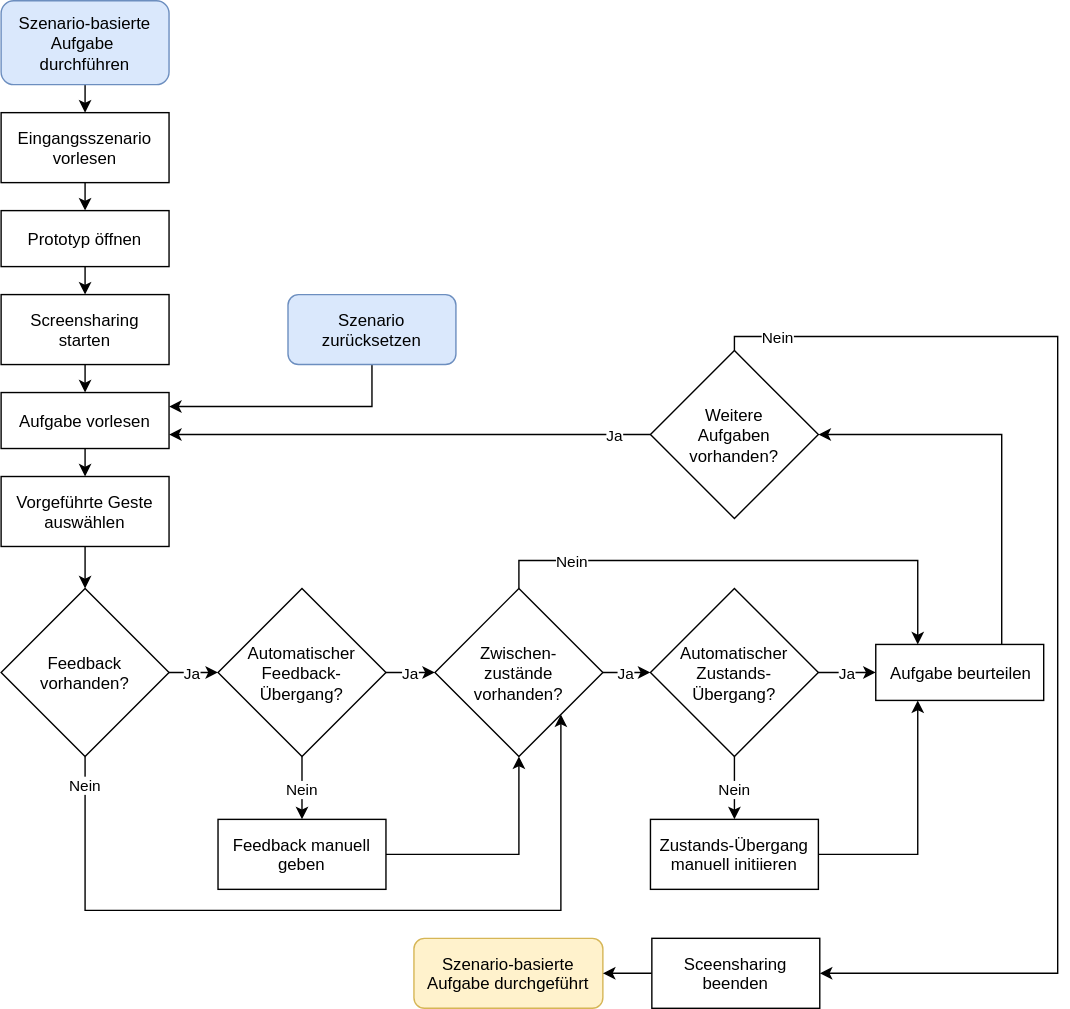
Earlier version of the draw.io export img/de/introduction/study-preview/scenario.svg (danielkuenkel/gesturenote). Source tidied: cells renumbered, new cells last; positions are measured from the earlier drawing's top-left corner, leaving out a move shared by most shapes.
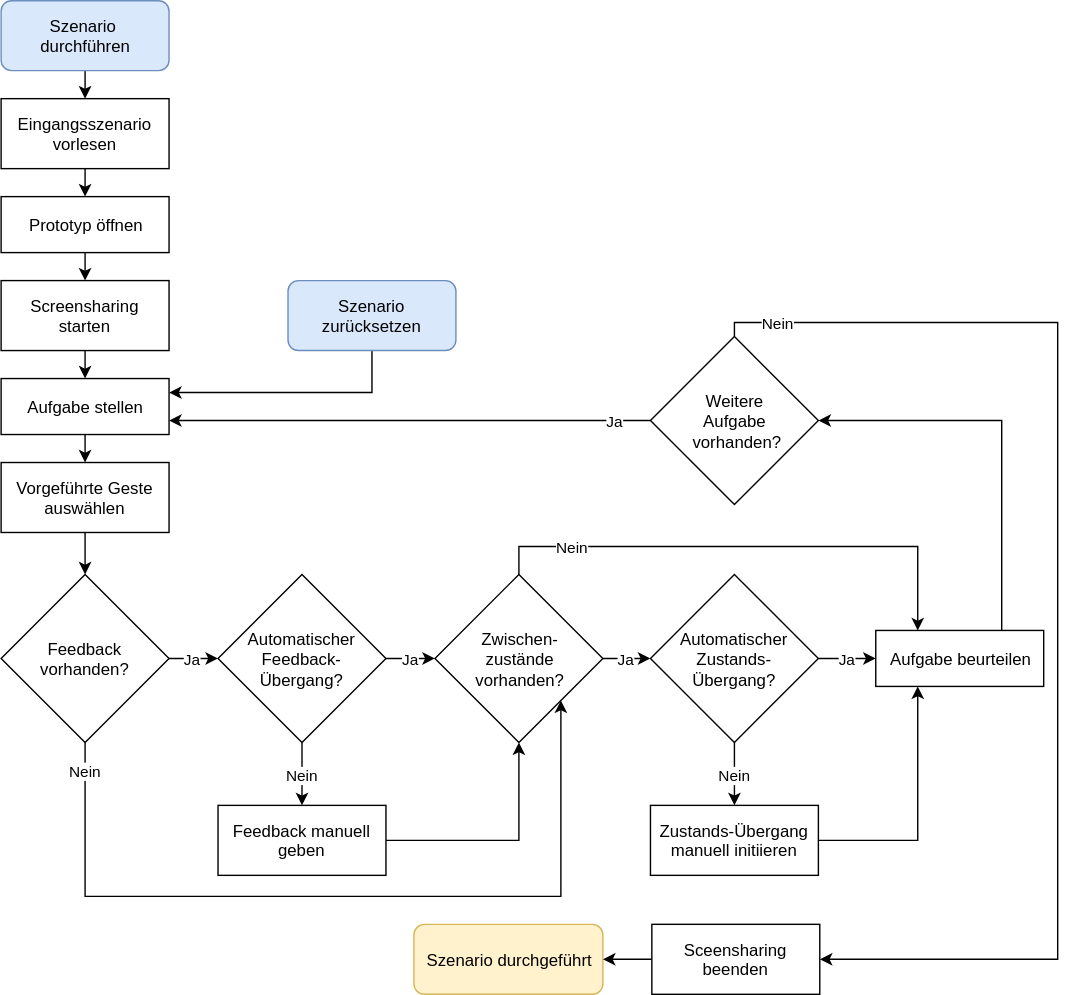
The same diagram one commit later.

What changed in the source:
```diff
@@ -5,8 +5,8 @@
     <mxCell id="2" style="edgeStyle=orthogonalEdgeStyle;rounded=0;comic=0;html=1;exitX=0.5;exitY=1;entryX=0.5;entryY=0;shadow=0;jettySize=auto;" parent="1" edge="1" source="3" target="5">
       <mxGeometry relative="1" as="geometry" />
     </mxCell>
-    <mxCell id="3" value="Szenario-basierte Aufgabe&amp;nbsp;&lt;div&gt;durchführen&lt;/div&gt;" style="rounded=1;whiteSpace=wrap;html=1;fillColor=#dae8fc;strokeColor=#6c8ebf;" parent="1" vertex="1">
-      <mxGeometry width="120" height="60" as="geometry" />
+    <mxCell id="3" value="Szenario&amp;nbsp;&lt;div&gt;durchführen&lt;/div&gt;" style="rounded=1;whiteSpace=wrap;html=1;fillColor=#dae8fc;strokeColor=#6c8ebf;" parent="1" vertex="1">
+      <mxGeometry y="10" width="120" height="50" as="geometry" />
     </mxCell>
     <mxCell id="4" style="edgeStyle=orthogonalEdgeStyle;rounded=0;comic=0;html=1;exitX=0.5;exitY=1;entryX=0.5;entryY=0;shadow=0;jettySize=auto;" parent="1" edge="1" source="5" target="7">
       <mxGeometry relative="1" as="geometry" />
@@ -20,7 +20,7 @@
     <mxCell id="7" value="Prototyp öffnen" style="rounded=0;whiteSpace=wrap;html=1;" parent="1" vertex="1">
       <mxGeometry y="150" width="120" height="40" as="geometry" />
     </mxCell>
-    <mxCell id="8" value="Szenario-basierte Aufgabe durchgeführt" style="rounded=1;whiteSpace=wrap;html=1;fillColor=#fff2cc;strokeColor=#d6b656;" parent="1" vertex="1">
+    <mxCell id="8" value="Szenario durchgeführt" style="rounded=1;whiteSpace=wrap;html=1;fillColor=#fff2cc;strokeColor=#d6b656;" parent="1" vertex="1">
       <mxGeometry x="295" y="670" width="135" height="50" as="geometry" />
     </mxCell>
     <mxCell id="9" style="edgeStyle=orthogonalEdgeStyle;rounded=0;html=1;exitX=0.5;exitY=1;entryX=0.5;entryY=0;jettySize=auto;" parent="1" edge="1" source="10" target="37">
@@ -126,13 +126,13 @@
         </Array>
       </mxGeometry>
     </mxCell>
-    <mxCell id="35" value="Weitere&lt;br&gt;Aufgaben vorhanden?&lt;br&gt;" style="rhombus;whiteSpace=wrap;html=1;" parent="1" vertex="1">
+    <mxCell id="35" value="Weitere&lt;br&gt;Aufgabe&lt;br&gt;&amp;nbsp;vorhanden?&lt;br&gt;" style="rhombus;whiteSpace=wrap;html=1;" parent="1" vertex="1">
       <mxGeometry x="464" y="250" width="120" height="120" as="geometry" />
     </mxCell>
     <mxCell id="36" style="edgeStyle=orthogonalEdgeStyle;rounded=0;html=1;exitX=0.5;exitY=1;entryX=0.5;entryY=0;jettySize=auto;" parent="1" edge="1" source="37" target="12">
       <mxGeometry relative="1" as="geometry" />
     </mxCell>
-    <mxCell id="37" value="Aufgabe vorlesen&lt;br&gt;" style="rounded=0;whiteSpace=wrap;html=1;" parent="1" vertex="1">
+    <mxCell id="37" value="Aufgabe stellen&lt;br&gt;" style="rounded=0;whiteSpace=wrap;html=1;" parent="1" vertex="1">
       <mxGeometry y="280" width="120" height="40" as="geometry" />
     </mxCell>
     <mxCell id="38" style="edgeStyle=orthogonalEdgeStyle;rounded=0;html=1;exitX=0.75;exitY=0;entryX=1;entryY=0.5;jettySize=auto;" parent="1" edge="1" source="39" target="35">
```
